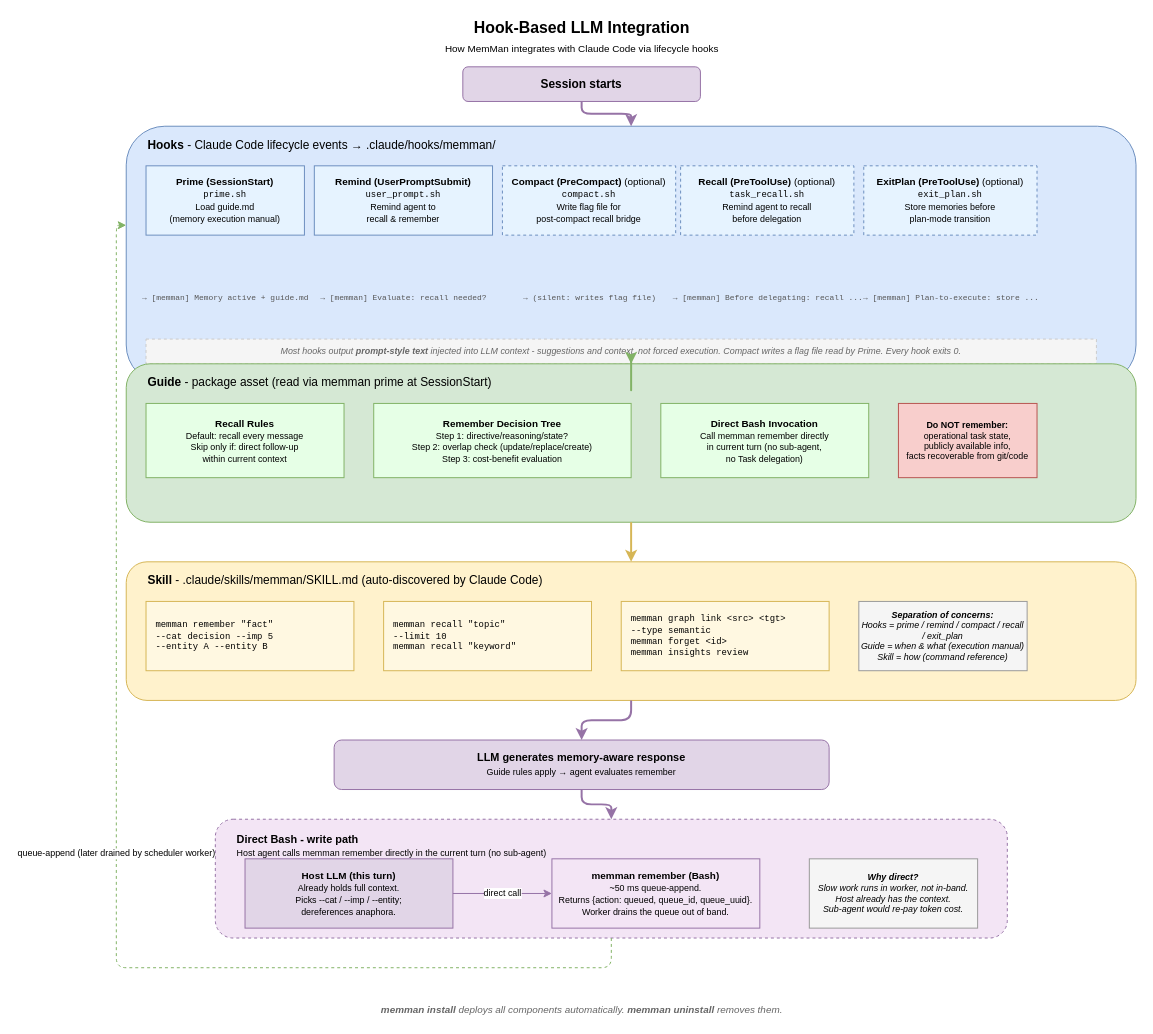
Earlier version of the draw.io diagram docs/diagrams/07-three-layer-integration.drawio (bissli/memman). Source tidied: cells renumbered, new cells numbered last; positions are measured from the earlier drawing's top-left corner, leaving out a move shared by most shapes. Both pictures are drawn from the tidied source at 99%, with x=0, y=0 at pixel (116, 17).
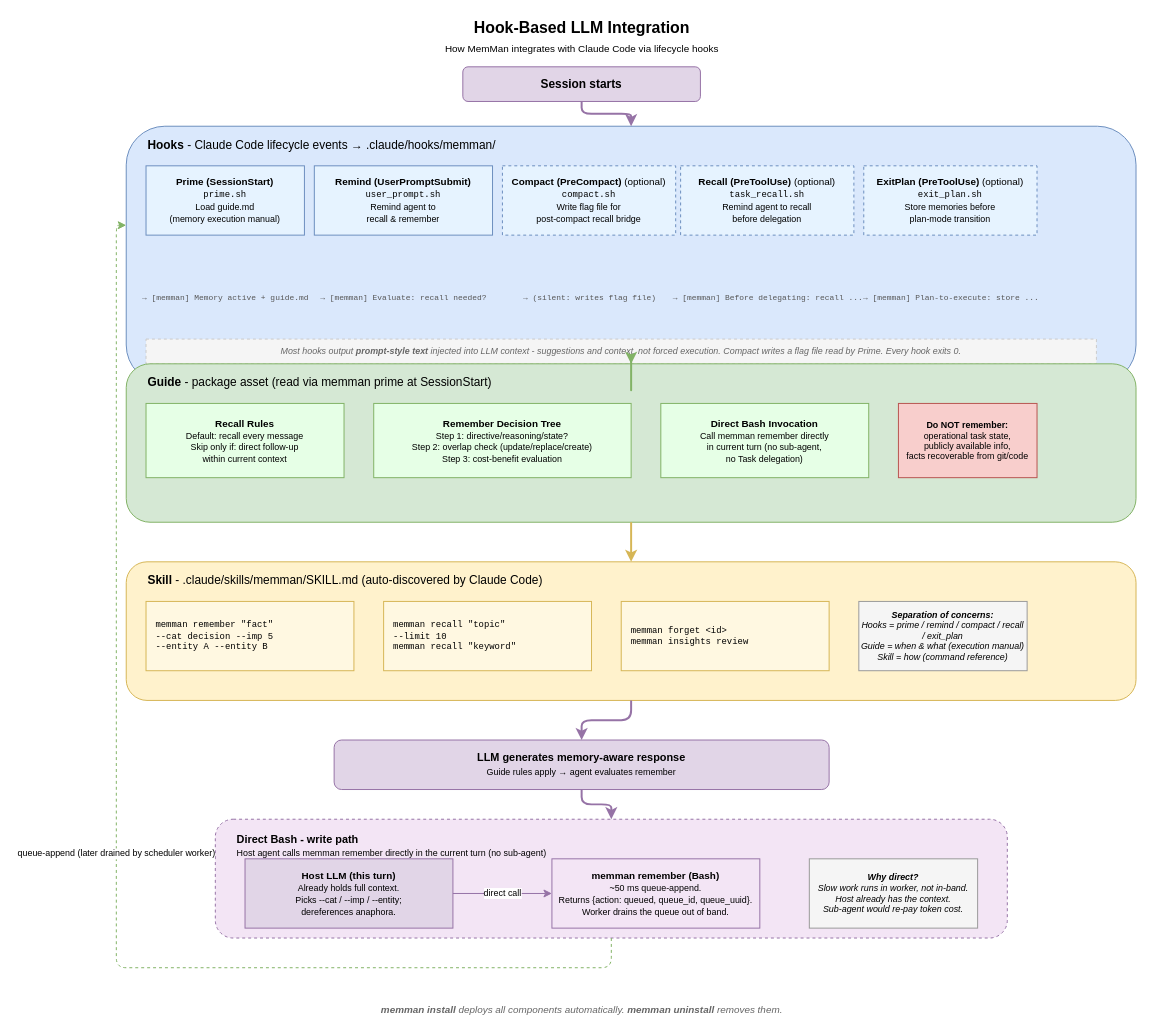
Above is the later version.

The edit, as a diff of the source:
```diff
@@
-    <mxCell id="29" value="&lt;font style=&quot;font-family:monospace;font-size:9px&quot;&gt;memman graph link &amp;lt;src&amp;gt; &amp;lt;tgt&amp;gt;&lt;br&gt;  --type semantic&lt;br&gt;memman forget &amp;lt;id&amp;gt;&lt;br&gt;memman insights review&lt;/font&gt;" style="rounded=0;whiteSpace=wrap;html=1;fillColor=#FFF8E1;strokeColor=#d6b656;fontSize=9;align=left;spacingLeft=8;" parent="1" vertex="1">
+    <mxCell id="29" value="&lt;font style=&quot;font-family:monospace;font-size:9px&quot;&gt;memman forget &amp;lt;id&amp;gt;&lt;br&gt;memman insights review&lt;/font&gt;" style="rounded=0;whiteSpace=wrap;html=1;fillColor=#FFF8E1;strokeColor=#d6b656;fontSize=9;align=left;spacingLeft=8;" parent="1" vertex="1">
       <mxGeometry x="510" y="590" width="210" height="70" as="geometry" />
     </mxCell>
```
